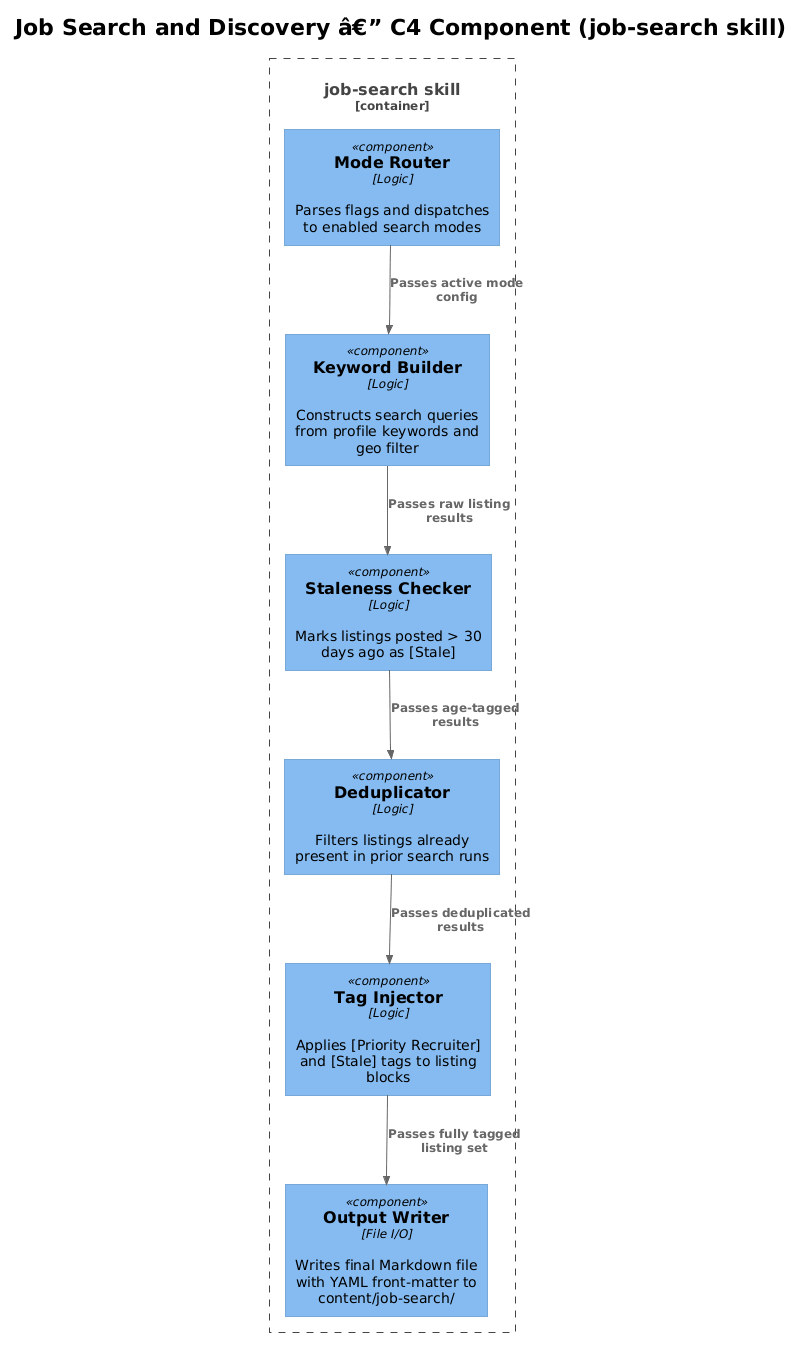
Above: docs/detailed-designs/05-job-search-and-discovery/diagrams/c4_component.png in QuinntyneBrown/Orbit (PlantUML), before the change. Its diagram source:
```plantuml
@startuml
!theme plain
!include <C4/C4_Component>

title Job Search and Discovery â€” C4 Component (job-search skill)

Container_Boundary(skill, "job-search skill") {
    Component(modeRouter, "Mode Router", "Logic", "Parses flags and dispatches to enabled search modes")
    Component(keywordBuilder, "Keyword Builder", "Logic", "Constructs search queries from profile keywords and geo filter")
    Component(stalenessChecker, "Staleness Checker", "Logic", "Marks listings posted > 30 days ago as [Stale]")
    Component(deduplicator, "Deduplicator", "Logic", "Filters listings already present in prior search runs")
    Component(tagInjector, "Tag Injector", "Logic", "Applies [Priority Recruiter] and [Stale] tags to listing blocks")
    Component(outputWriter, "Output Writer", "File I/O", "Writes final Markdown file with YAML front-matter to content/job-search/")
}

Rel(modeRouter, keywordBuilder, "Passes active mode config")
Rel(keywordBuilder, stalenessChecker, "Passes raw listing results")
Rel(stalenessChecker, deduplicator, "Passes age-tagged results")
Rel(deduplicator, tagInjector, "Passes deduplicated results")
Rel(tagInjector, outputWriter, "Passes fully tagged listing set")
@enduml
```
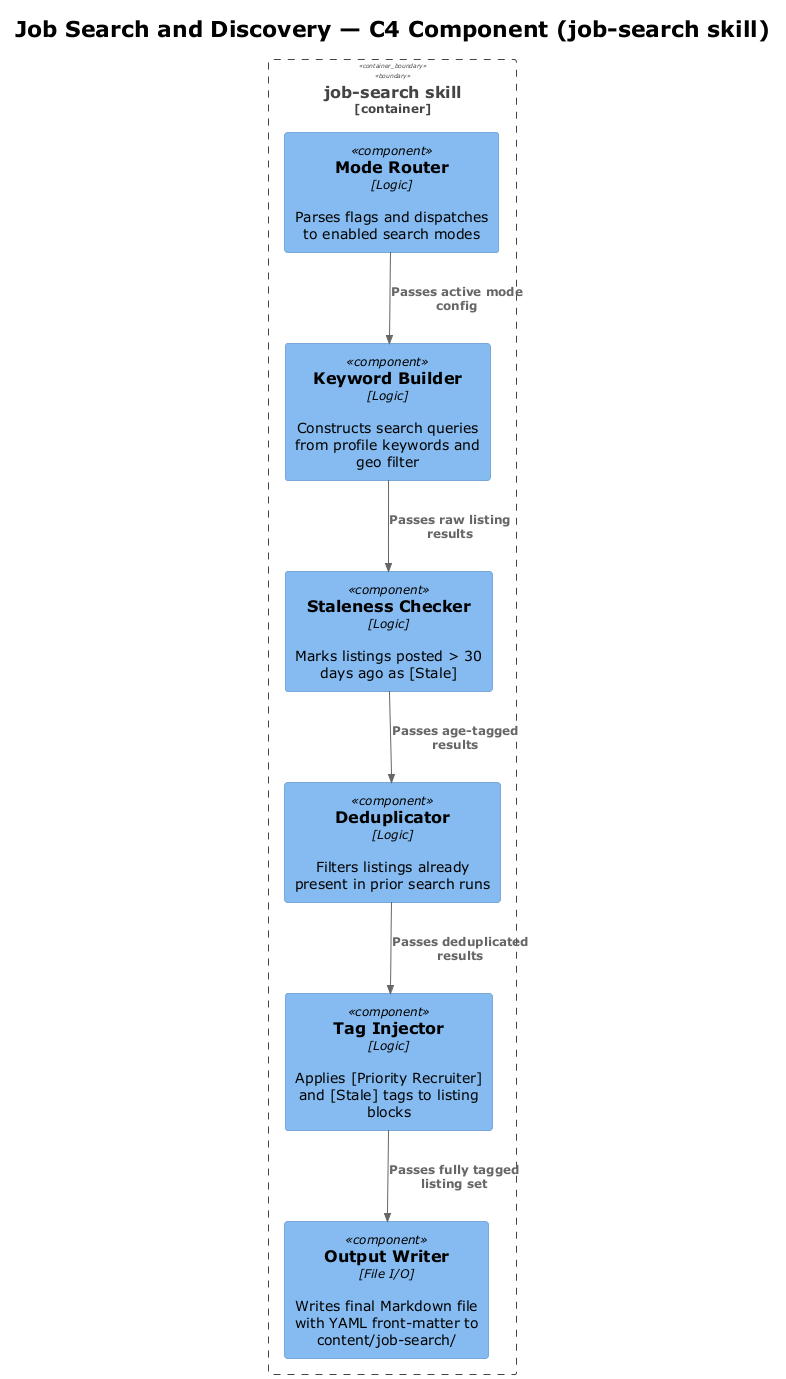
Later version of the same file.

Diff of the diagram source:
```diff
@@ -1,8 +1,8 @@
-@startuml
+@startuml c4_component
 !theme plain
 !include <C4/C4_Component>
 
-title Job Search and Discovery â€” C4 Component (job-search skill)
+title Job Search and Discovery — C4 Component (job-search skill)
 
 Container_Boundary(skill, "job-search skill") {
     Component(modeRouter, "Mode Router", "Logic", "Parses flags and dispatches to enabled search modes")
@@ -18,4 +18,5 @@
 Rel(stalenessChecker, deduplicator, "Passes age-tagged results")
 Rel(deduplicator, tagInjector, "Passes deduplicated results")
 Rel(tagInjector, outputWriter, "Passes fully tagged listing set")
+
 @enduml
```
